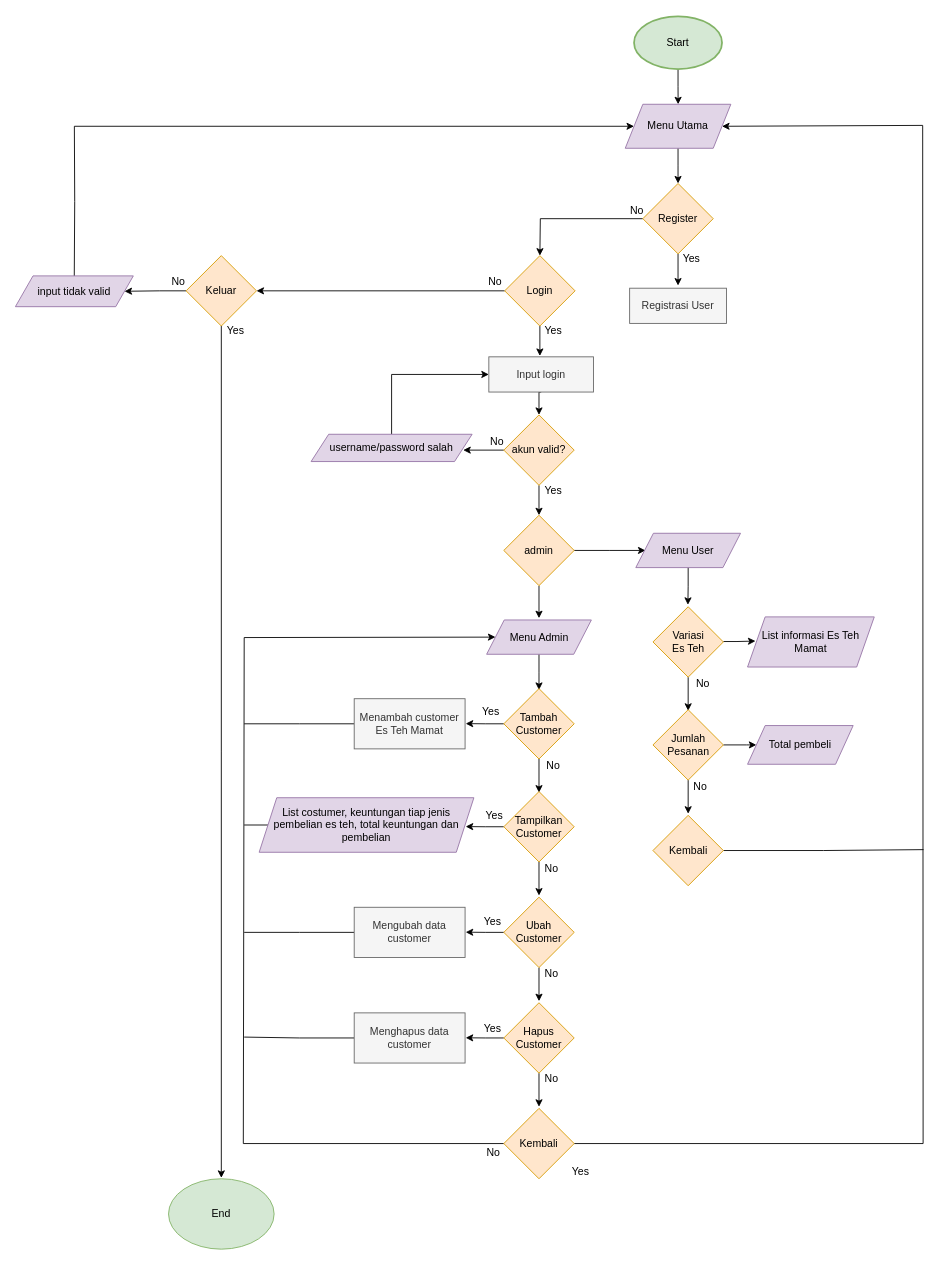
The draw.io diagram Post-Test/Post-Test-5/Untitled Diagram.drawio in ridhoSetia/Praktikum-APD, before the edit. Source tidied: cells renumbered, new cells numbered last; positions are measured from the earlier drawing's top-left corner, leaving out a move shared by most shapes. Both pictures are drawn from the tidied source at 88%, with x=0, y=0 at pixel (15, 16).
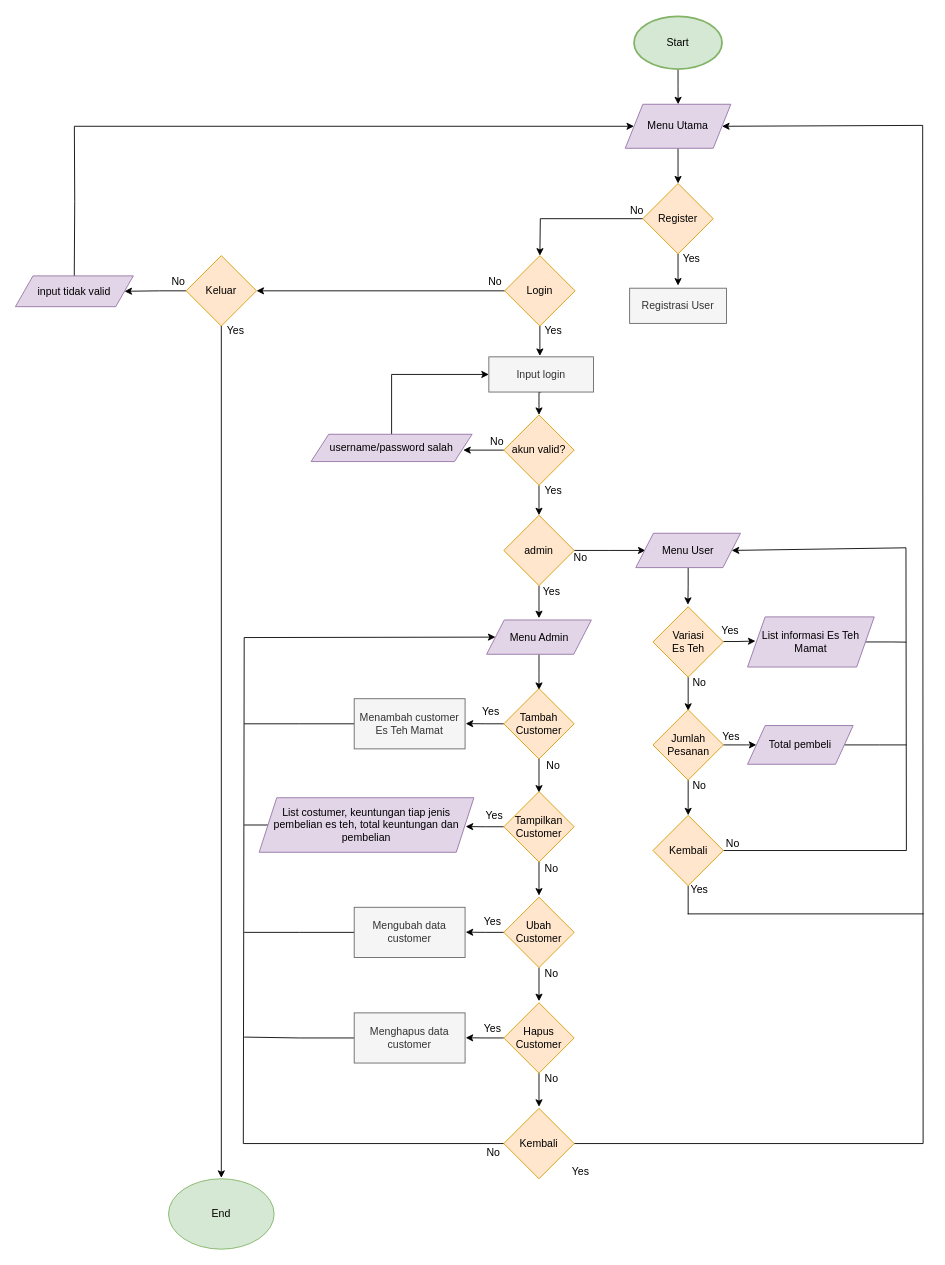
Above is the later version.

The change refers to these unchanged cells:
```xml
<mxCell id="30" value="Menu User" style="shape=parallelogram;perimeter=parallelogramPerimeter;whiteSpace=wrap;html=1;fixedSize=1;fillColor=#e1d5e7;strokeColor=#9673a6;" parent="1" vertex="1">
  <mxGeometry x="705" y="587.5" width="119" height="39" as="geometry" />
</mxCell>
<mxCell id="81" value="Jumlah Pesanan" style="rhombus;whiteSpace=wrap;html=1;fillColor=#ffe6cc;strokeColor=#d79b00;" parent="1" vertex="1">
  <mxGeometry x="724.5" y="788" width="80" height="80" as="geometry" />
</mxCell>
<mxCell id="83" value="Kembali" style="rhombus;whiteSpace=wrap;html=1;fillColor=#ffe6cc;strokeColor=#d79b00;" parent="1" vertex="1">
  <mxGeometry x="724.5" y="908" width="80" height="80" as="geometry" />
</mxCell>
<mxCell id="86" value="List informasi Es Teh Mamat" style="shape=parallelogram;perimeter=parallelogramPerimeter;whiteSpace=wrap;html=1;fixedSize=1;fillColor=#e1d5e7;strokeColor=#9673a6;" parent="1" vertex="1">
  <mxGeometry x="832" y="682.5" width="144" height="57" as="geometry" />
</mxCell>
<mxCell id="87" value="Total pembeli" style="shape=parallelogram;perimeter=parallelogramPerimeter;whiteSpace=wrap;html=1;fixedSize=1;fillColor=#e1d5e7;strokeColor=#9673a6;" parent="1" vertex="1">
  <mxGeometry x="832" y="806" width="120" height="44" as="geometry" />
</mxCell>
```

What changed in the source:
```diff
@@
-    <mxCell id="79" style="edgeStyle=orthogonalEdgeStyle;rounded=0;jettySize=auto;html=1;exitX=0.5;exitY=1;exitDx=0;exitDy=0;" parent="1" edge="1" source="81">
-      <mxGeometry relative="1" as="geometry">
-        <mxPoint x="764.5" y="906.2" as="targetPoint" />
-      </mxGeometry>
+    <mxCell id="79" style="edgeStyle=orthogonalEdgeStyle;rounded=0;jettySize=auto;html=1;exitX=0.5;exitY=1;exitDx=0;exitDy=0;entryX=0.5;entryY=0;entryDx=0;entryDy=0;entryPerimeter=0;" parent="1" edge="1" source="81" target="83">
+      <mxGeometry relative="1" as="geometry" />
     </mxCell>
@@
-    <mxCell id="82" style="edgeStyle=orthogonalEdgeStyle;rounded=0;jettySize=auto;html=1;exitX=1;exitY=0.5;exitDx=0;exitDy=0;endArrow=none;endFill=0;" parent="1" edge="1" source="83">
+    <mxCell id="82" style="edgeStyle=orthogonalEdgeStyle;rounded=0;orthogonalLoop=1;jettySize=auto;html=1;endArrow=none;endFill=0;" parent="1" edge="1">
       <mxGeometry relative="1" as="geometry">
-        <mxPoint x="1032" y="947" as="targetPoint" />
+        <mxPoint x="764" y="1020" as="sourcePoint" />
+        <mxPoint x="1032" y="1020" as="targetPoint" />
+        <Array as="points">
+          <mxPoint x="1029" y="1020" />
+        </Array>
       </mxGeometry>
     </mxCell>
+    <mxCell id="90" style="edgeStyle=orthogonalEdgeStyle;rounded=0;orthogonalLoop=1;jettySize=auto;html=1;exitX=0.5;exitY=1;exitDx=0;exitDy=0;endArrow=none;endFill=0;" parent="1" edge="1">
+      <mxGeometry relative="1" as="geometry">
+        <mxPoint x="764.5" y="988" as="sourcePoint" />
+        <mxPoint x="764.5" y="1020.4" as="targetPoint" />
+      </mxGeometry>
+    </mxCell>
+    <mxCell id="91" style="edgeStyle=orthogonalEdgeStyle;rounded=0;jettySize=auto;html=1;exitX=1;exitY=0.5;exitDx=0;exitDy=0;endArrow=none;endFill=0;" parent="1" edge="1" source="83">
+      <mxGeometry relative="1" as="geometry">
+        <mxPoint x="1012" y="604" as="targetPoint" />
+      </mxGeometry>
+    </mxCell>
@@
     <mxCell id="84" value="No" style="text;html=1;align=center;verticalAlign=middle;strokeColor=none;fillColor=none;" parent="1" vertex="1">
-      <mxGeometry x="764" y="746" width="33" height="26" as="geometry" />
+      <mxGeometry x="760" y="744" width="33" height="26" as="geometry" />
     </mxCell>
     <mxCell id="85" value="No" style="text;html=1;align=center;verticalAlign=middle;strokeColor=none;fillColor=none;" parent="1" vertex="1">
-      <mxGeometry x="761.5" y="863" width="33" height="26" as="geometry" />
+      <mxGeometry x="760" y="862" width="33" height="26" as="geometry" />
     </mxCell>
+    <mxCell id="92" style="edgeStyle=orthogonalEdgeStyle;rounded=0;jettySize=auto;html=1;exitX=1;exitY=0.5;exitDx=0;exitDy=0;endArrow=none;endFill=0;" parent="1" edge="1" source="86">
+      <mxGeometry relative="1" as="geometry">
+        <mxPoint x="1012.2" y="711.2" as="targetPoint" />
+      </mxGeometry>
+    </mxCell>
@@
+    <mxCell id="93" style="edgeStyle=orthogonalEdgeStyle;rounded=0;jettySize=auto;html=1;exitX=1;exitY=0.5;exitDx=0;exitDy=0;endArrow=none;endFill=0;" parent="1" edge="1" source="87">
+      <mxGeometry relative="1" as="geometry">
+        <mxPoint x="1012.5" y="828" as="targetPoint" />
+      </mxGeometry>
+    </mxCell>
@@
+    <mxCell id="94" value="Yes" style="text;html=1;align=center;verticalAlign=middle;strokeColor=none;fillColor=none;" parent="1" vertex="1">
+      <mxGeometry x="589.5" y="641" width="38" height="26" as="geometry" />
+    </mxCell>
+    <mxCell id="95" value="No" style="text;html=1;align=center;verticalAlign=middle;strokeColor=none;fillColor=none;" parent="1" vertex="1">
+      <mxGeometry x="625" y="603" width="33" height="26" as="geometry" />
+    </mxCell>
+    <mxCell id="96" value="Yes" style="text;html=1;align=center;verticalAlign=middle;strokeColor=none;fillColor=none;" parent="1" vertex="1">
+      <mxGeometry x="793" y="686" width="38" height="26" as="geometry" />
+    </mxCell>
+    <mxCell id="97" value="Yes" style="text;html=1;align=center;verticalAlign=middle;strokeColor=none;fillColor=none;" parent="1" vertex="1">
+      <mxGeometry x="794" y="806" width="38" height="26" as="geometry" />
+    </mxCell>
+    <mxCell id="98" value="Yes" style="text;html=1;align=center;verticalAlign=middle;strokeColor=none;fillColor=none;" parent="1" vertex="1">
+      <mxGeometry x="757.5" y="980" width="38" height="26" as="geometry" />
+    </mxCell>
+    <mxCell id="99" style="endArrow=classic;html=1;rounded=0;entryX=1;entryY=0.5;entryDx=0;entryDy=0;" parent="1" edge="1" target="30">
+      <mxGeometry relative="1" as="geometry">
+        <mxPoint x="1012" y="604" as="sourcePoint" />
+      </mxGeometry>
+    </mxCell>
+    <mxCell id="100" value="No" style="text;html=1;align=center;verticalAlign=middle;strokeColor=none;fillColor=none;" parent="1" vertex="1">
+      <mxGeometry x="798" y="927" width="33" height="26" as="geometry" />
+    </mxCell>
```
